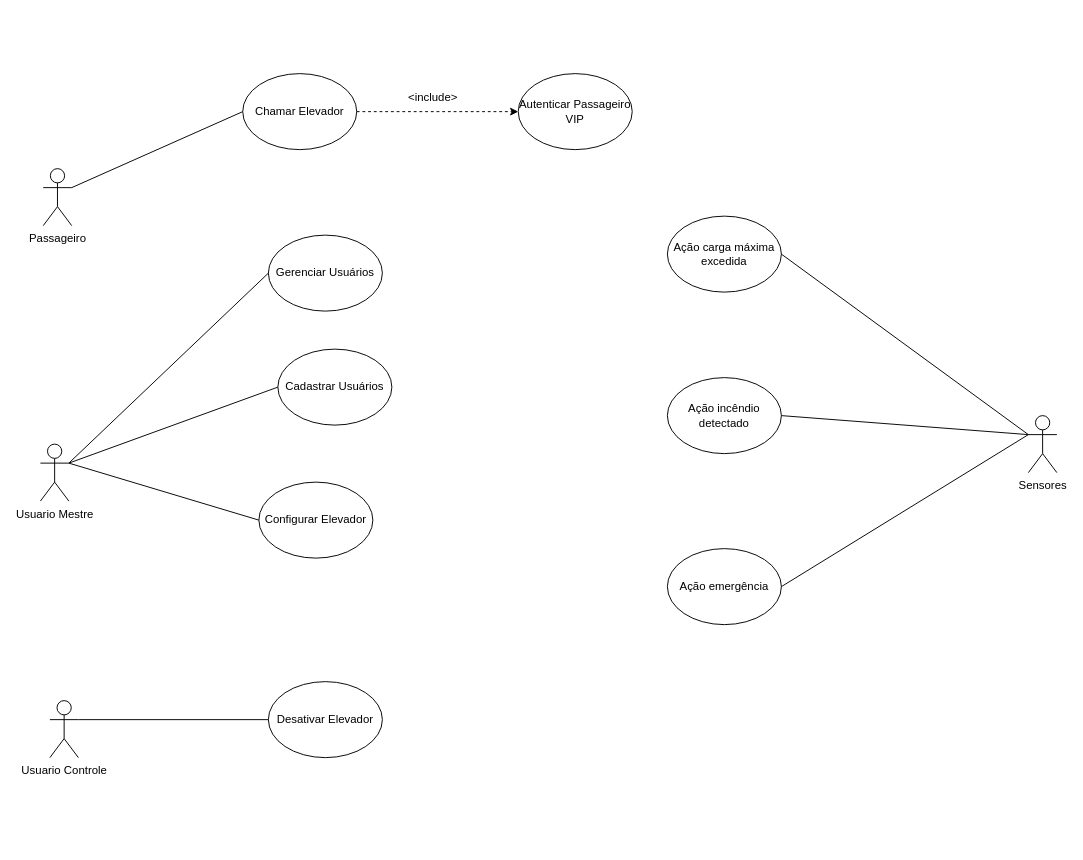
This is Diagrama Casos de Uso.drawio from LucasAlmeida04/Projeto-Sistema-Elevadores, a draw.io file, before an edit. Source tidied: cells renumbered, new cells numbered last; positions are measured from the earlier drawing's top-left corner, leaving out a move shared by most shapes. Both pictures are drawn from the tidied source at 95%, with x=0, y=0 at pixel (40, 73).
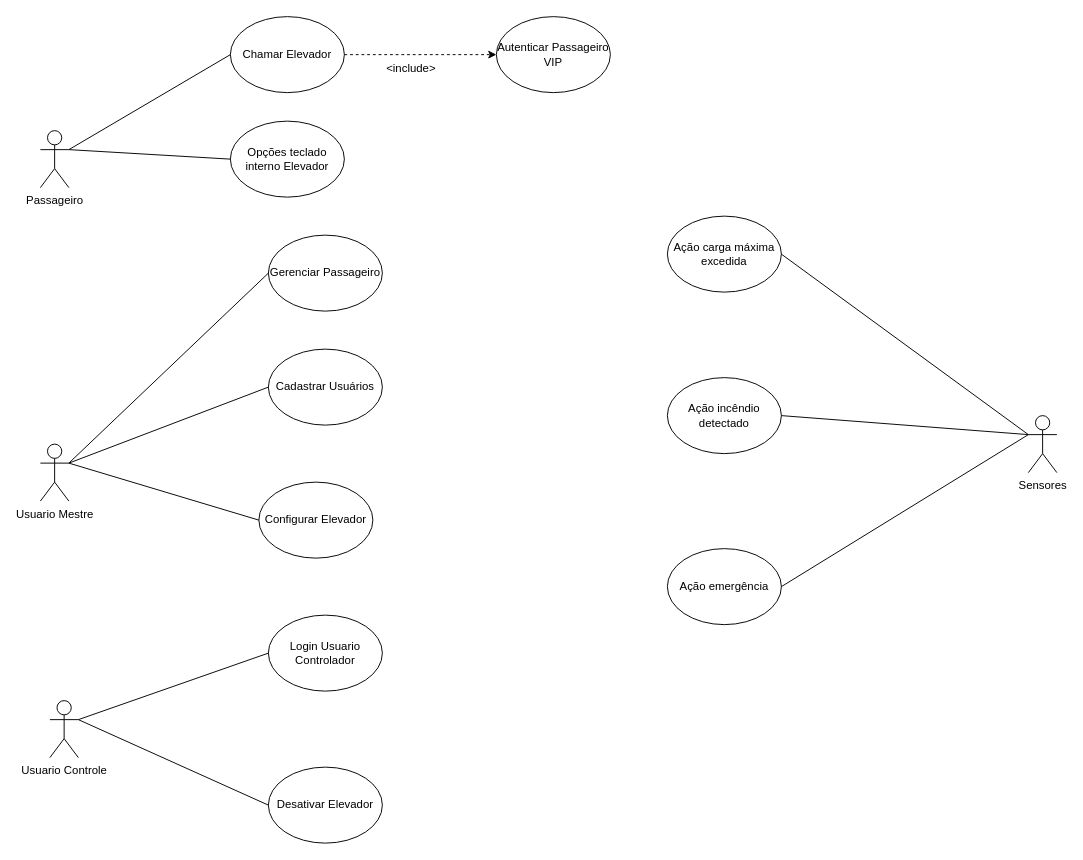
Above is the later version.

Diff of the diagram source:
```diff
@@
     <mxCell id="2" value="Passageiro&lt;br&gt;" style="shape=umlActor;verticalLabelPosition=bottom;verticalAlign=top;html=1;outlineConnect=0;" parent="1" vertex="1">
-      <mxGeometry x="3" y="100" width="30" height="60" as="geometry" />
+      <mxGeometry y="60" width="30" height="60" as="geometry" />
     </mxCell>
@@
     <mxCell id="6" value="Chamar Elevador" style="ellipse;whiteSpace=wrap;html=1;" parent="1" vertex="1">
-      <mxGeometry x="213" width="120" height="80" as="geometry" />
+      <mxGeometry x="200" y="-60" width="120" height="80" as="geometry" />
     </mxCell>
-    <mxCell id="7" value="Gerenciar Usuários" style="ellipse;whiteSpace=wrap;html=1;" parent="1" vertex="1">
+    <mxCell id="7" value="Gerenciar Passageiro" style="ellipse;whiteSpace=wrap;html=1;" parent="1" vertex="1">
       <mxGeometry x="240" y="170" width="120" height="80" as="geometry" />
     </mxCell>
@@
     <mxCell id="9" value="Autenticar Passageiro VIP" style="ellipse;whiteSpace=wrap;html=1;" parent="1" vertex="1">
-      <mxGeometry x="503" width="120" height="80" as="geometry" />
+      <mxGeometry x="480" y="-60" width="120" height="80" as="geometry" />
     </mxCell>
@@
     <mxCell id="15" value="&amp;lt;include&amp;gt;" style="text;html=1;align=center;verticalAlign=middle;strokeColor=none;fillColor=none;" parent="1" vertex="1">
-      <mxGeometry x="373" y="10" width="80" height="30" as="geometry" />
+      <mxGeometry x="350" y="-20" width="80" height="30" as="geometry" />
     </mxCell>
@@
     <mxCell id="18" value="Desativar Elevador" style="ellipse;whiteSpace=wrap;html=1;" parent="1" vertex="1">
-      <mxGeometry x="240" y="640" width="120" height="80" as="geometry" />
+      <mxGeometry x="240" y="730" width="120" height="80" as="geometry" />
     </mxCell>
@@
     <mxCell id="20" value="Cadastrar Usuários" style="ellipse;whiteSpace=wrap;html=1;" parent="1" vertex="1">
-      <mxGeometry x="250" y="290" width="120" height="80" as="geometry" />
+      <mxGeometry x="240" y="290" width="120" height="80" as="geometry" />
     </mxCell>
@@
+    <mxCell id="25" value="Login Usuario Controlador" style="ellipse;whiteSpace=wrap;html=1;" parent="1" vertex="1">
+      <mxGeometry x="240" y="570" width="120" height="80" as="geometry" />
+    </mxCell>
+    <mxCell id="26" style="endArrow=none;html=1;rounded=0;entryX=0;entryY=0.5;entryDx=0;entryDy=0;" parent="1" edge="1" target="25">
+      <mxGeometry relative="1" as="geometry">
+        <mxPoint x="40" y="680" as="sourcePoint" />
+      </mxGeometry>
+    </mxCell>
+    <mxCell id="27" value="Opções teclado interno Elevador" style="ellipse;whiteSpace=wrap;html=1;" parent="1" vertex="1">
+      <mxGeometry x="200" y="50" width="120" height="80" as="geometry" />
+    </mxCell>
+    <mxCell id="28" style="endArrow=none;html=1;rounded=0;entryX=0;entryY=0.5;entryDx=0;entryDy=0;" parent="1" edge="1" target="27">
+      <mxGeometry relative="1" as="geometry">
+        <mxPoint x="30" y="80" as="sourcePoint" />
+      </mxGeometry>
+    </mxCell>
```
